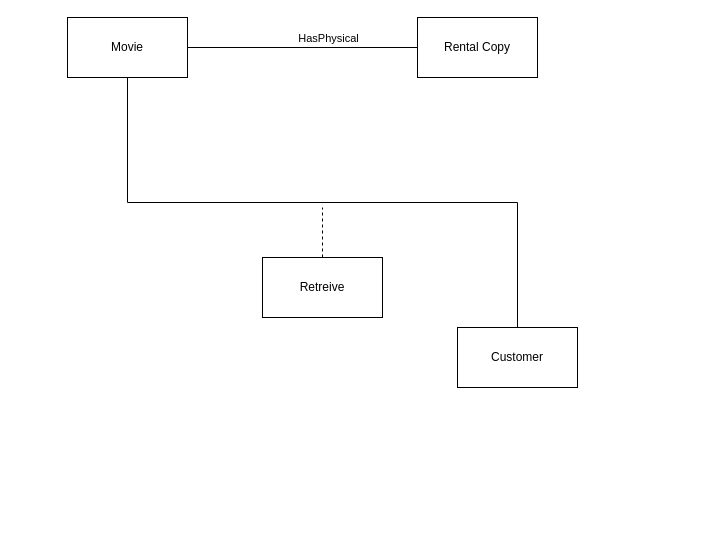
Before: Draw.io/Untitled Diagram.drawio in Azis64/Comp3111LEx, a draw.io diagram. Source tidied: cells renumbered, new cells numbered last; positions are measured from the earlier drawing's top-left corner, leaving out a move shared by most shapes. Both pictures are drawn from the tidied source at 100%, with x=0, y=0 at pixel (67, 17).
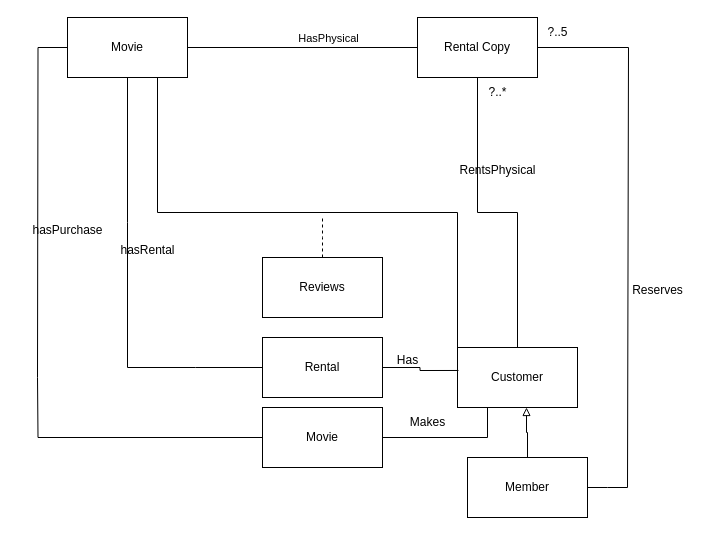
After the change.

Unchanged cells that the change refers to:
```xml
<mxCell id="5" value="Movie" style="rounded=0;whiteSpace=wrap;html=1;" parent="1" vertex="1">
  <mxGeometry width="120" height="60" as="geometry" />
</mxCell>
<mxCell id="6" value="Rental Copy" style="rounded=0;whiteSpace=wrap;html=1;" parent="1" vertex="1">
  <mxGeometry x="350" width="120" height="60" as="geometry" />
</mxCell>
```

Change to the diagram source:
```diff
@@
-    <mxCell id="4" style="edgeStyle=orthogonalEdgeStyle;rounded=0;jettySize=auto;html=1;exitX=0.5;exitY=1;exitDx=0;exitDy=0;entryX=0.5;entryY=0;entryDx=0;entryDy=0;endArrow=none;endFill=0;" parent="1" edge="1" source="5" target="9">
-      <mxGeometry relative="1" as="geometry" />
+    <mxCell id="4" style="edgeStyle=orthogonalEdgeStyle;rounded=0;orthogonalLoop=1;jettySize=auto;html=1;exitX=0.5;exitY=1;exitDx=0;exitDy=0;entryX=0.5;entryY=0;entryDx=0;entryDy=0;endArrow=none;endFill=0;" parent="1" edge="1">
+      <mxGeometry relative="1" as="geometry">
+        <mxPoint x="70" y="60" as="sourcePoint" />
+        <mxPoint x="460" y="330" as="targetPoint" />
+        <Array as="points">
+          <mxPoint x="90" y="60" />
+          <mxPoint x="90" y="195" />
+          <mxPoint x="390" y="195" />
+          <mxPoint x="390" y="330" />
+        </Array>
+      </mxGeometry>
     </mxCell>
+    <mxCell id="10" style="edgeStyle=orthogonalEdgeStyle;rounded=0;jettySize=auto;html=1;exitX=0;exitY=0.5;exitDx=0;exitDy=0;endArrow=none;endFill=0;" parent="1" edge="1" source="5">
+      <mxGeometry relative="1" as="geometry">
+        <mxPoint x="-30" y="360" as="targetPoint" />
+      </mxGeometry>
+    </mxCell>
+    <mxCell id="11" style="edgeStyle=orthogonalEdgeStyle;rounded=0;jettySize=auto;html=1;exitX=0.5;exitY=1;exitDx=0;exitDy=0;endArrow=none;endFill=0;" parent="1" edge="1" source="5">
+      <mxGeometry relative="1" as="geometry">
+        <mxPoint x="60" y="350" as="targetPoint" />
+      </mxGeometry>
+    </mxCell>
@@
+    <mxCell id="12" style="edgeStyle=orthogonalEdgeStyle;rounded=0;jettySize=auto;html=1;exitX=1;exitY=0.5;exitDx=0;exitDy=0;endArrow=none;endFill=0;" parent="1" edge="1" source="6">
+      <mxGeometry relative="1" as="geometry">
+        <mxPoint x="560" y="470" as="targetPoint" />
+        <Array as="points">
+          <mxPoint x="561" y="30" />
+        </Array>
+      </mxGeometry>
+    </mxCell>
+    <mxCell id="13" style="edgeStyle=orthogonalEdgeStyle;rounded=0;jettySize=auto;html=1;exitX=0.5;exitY=1;exitDx=0;exitDy=0;entryX=0.5;entryY=0;entryDx=0;entryDy=0;endArrow=none;endFill=0;" parent="1" edge="1" source="6" target="9">
+      <mxGeometry relative="1" as="geometry" />
+    </mxCell>
@@
     <mxCell id="7" style="edgeStyle=orthogonalEdgeStyle;rounded=0;jettySize=auto;html=1;exitX=0.5;exitY=0;exitDx=0;exitDy=0;dashed=1;endArrow=none;endFill=0;" parent="1" edge="1" source="8">
       <mxGeometry relative="1" as="geometry">
-        <mxPoint x="255" y="190" as="targetPoint" />
+        <mxPoint x="255" y="200" as="targetPoint" />
       </mxGeometry>
     </mxCell>
-    <mxCell id="8" value="Retreive" style="rounded=0;whiteSpace=wrap;html=1;" parent="1" vertex="1">
+    <mxCell id="8" value="Reviews" style="rounded=0;whiteSpace=wrap;html=1;" parent="1" vertex="1">
       <mxGeometry x="195" y="240" width="120" height="60" as="geometry" />
     </mxCell>
     <mxCell id="9" value="Customer" style="rounded=0;whiteSpace=wrap;html=1;" parent="1" vertex="1">
-      <mxGeometry x="390" y="310" width="120" height="60" as="geometry" />
+      <mxGeometry x="390" y="330" width="120" height="60" as="geometry" />
     </mxCell>
+    <mxCell id="14" style="edgeStyle=orthogonalEdgeStyle;rounded=0;jettySize=auto;html=1;exitX=0;exitY=0.5;exitDx=0;exitDy=0;endArrow=none;endFill=0;" parent="1" edge="1" source="15">
+      <mxGeometry relative="1" as="geometry">
+        <mxPoint x="-30" y="360" as="targetPoint" />
+      </mxGeometry>
+    </mxCell>
+    <mxCell id="15" value="Movie" style="rounded=0;whiteSpace=wrap;html=1;" parent="1" vertex="1">
+      <mxGeometry x="195" y="390" width="120" height="60" as="geometry" />
+    </mxCell>
+    <mxCell id="16" value="hasPurchase" style="text;html=1;align=center;verticalAlign=middle;strokeColor=none;fillColor=none;" parent="1" vertex="1">
+      <mxGeometry x="-50" y="198" width="100" height="30" as="geometry" />
+    </mxCell>
+    <mxCell id="17" style="edgeStyle=orthogonalEdgeStyle;rounded=0;jettySize=auto;html=1;exitX=0;exitY=0.5;exitDx=0;exitDy=0;endArrow=none;endFill=0;" parent="1" edge="1" source="18">
+      <mxGeometry relative="1" as="geometry">
+        <mxPoint x="60" y="350" as="targetPoint" />
+      </mxGeometry>
+    </mxCell>
+    <mxCell id="18" value="Rental" style="whiteSpace=wrap;html=1;" parent="1" vertex="1">
+      <mxGeometry x="195" y="320" width="120" height="60" as="geometry" />
+    </mxCell>
+    <mxCell id="19" value="&lt;div&gt;hasRental&lt;/div&gt;" style="text;html=1;align=center;verticalAlign=middle;strokeColor=none;fillColor=none;" parent="1" vertex="1">
+      <mxGeometry x="40" y="218" width="80" height="30" as="geometry" />
+    </mxCell>
+    <mxCell id="20" style="edgeStyle=orthogonalEdgeStyle;rounded=0;jettySize=auto;html=1;exitX=1;exitY=0.5;exitDx=0;exitDy=0;entryX=0.008;entryY=0.383;entryDx=0;entryDy=0;entryPerimeter=0;endArrow=none;endFill=0;" parent="1" edge="1" source="18" target="9">
+      <mxGeometry relative="1" as="geometry" />
+    </mxCell>
+    <mxCell id="21" style="edgeStyle=orthogonalEdgeStyle;rounded=0;jettySize=auto;html=1;exitX=1;exitY=0.5;exitDx=0;exitDy=0;entryX=0.4;entryY=1;entryDx=0;entryDy=0;entryPerimeter=0;endArrow=none;endFill=0;" parent="1" edge="1" source="15" target="9">
+      <mxGeometry relative="1" as="geometry">
+        <Array as="points">
+          <mxPoint x="420" y="420" />
+          <mxPoint x="420" y="390" />
+        </Array>
+      </mxGeometry>
+    </mxCell>
+    <mxCell id="22" value="Has" style="text;html=1;align=center;verticalAlign=middle;strokeColor=none;fillColor=none;" parent="1" vertex="1">
+      <mxGeometry x="315" y="328" width="50" height="30" as="geometry" />
+    </mxCell>
+    <mxCell id="23" value="Makes" style="text;html=1;align=center;verticalAlign=middle;strokeColor=none;fillColor=none;" parent="1" vertex="1">
+      <mxGeometry x="330" y="390" width="60" height="30" as="geometry" />
+    </mxCell>
+    <mxCell id="24" style="edgeStyle=orthogonalEdgeStyle;rounded=0;jettySize=auto;html=1;exitX=1;exitY=0.5;exitDx=0;exitDy=0;endArrow=none;endFill=0;" parent="1" edge="1" source="25">
+      <mxGeometry relative="1" as="geometry">
+        <mxPoint x="560" y="470" as="targetPoint" />
+      </mxGeometry>
+    </mxCell>
+    <mxCell id="25" value="Member" style="whiteSpace=wrap;html=1;" parent="1" vertex="1">
+      <mxGeometry x="400" y="440" width="120" height="60" as="geometry" />
+    </mxCell>
+    <mxCell id="26" style="edgeStyle=orthogonalEdgeStyle;rounded=0;jettySize=auto;html=1;exitX=0.5;exitY=0;exitDx=0;exitDy=0;entryX=0.575;entryY=1;entryDx=0;entryDy=0;entryPerimeter=0;endArrow=block;endFill=0;" parent="1" edge="1" source="25" target="9">
+      <mxGeometry relative="1" as="geometry" />
+    </mxCell>
+    <mxCell id="27" value="Reserves" style="text;html=1;align=center;verticalAlign=middle;strokeColor=none;fillColor=none;" parent="1" vertex="1">
+      <mxGeometry x="550" y="258" width="80" height="30" as="geometry" />
+    </mxCell>
+    <mxCell id="28" value="RentsPhysical" style="text;html=1;align=center;verticalAlign=middle;strokeColor=none;fillColor=none;" parent="1" vertex="1">
+      <mxGeometry x="380" y="138" width="100" height="30" as="geometry" />
+    </mxCell>
+    <mxCell id="29" value="?..5" style="text;html=1;align=center;verticalAlign=middle;strokeColor=none;fillColor=none;" parent="1" vertex="1">
+      <mxGeometry x="470" width="40" height="30" as="geometry" />
+    </mxCell>
+    <mxCell id="30" value="?..*" style="text;html=1;align=center;verticalAlign=middle;strokeColor=none;fillColor=none;" parent="1" vertex="1">
+      <mxGeometry x="410" y="60" width="40" height="30" as="geometry" />
+    </mxCell>
```
